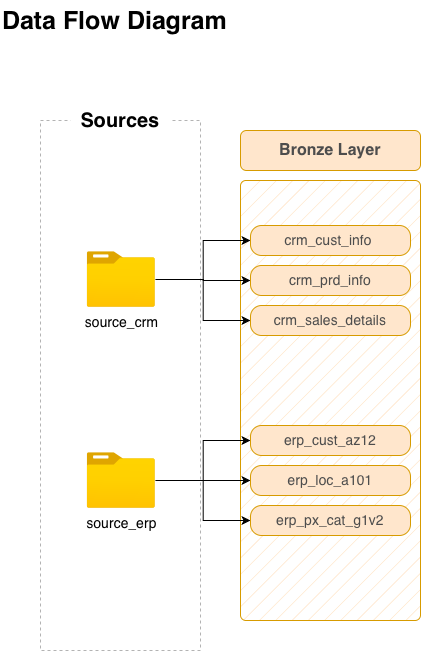
This is SQL-Data-Warehouse-Project/Diagrams/DataFlow/DFD.png from Darrriax/SQL-practice, a draw.io export, as it was before one commit. Source tidied: cells renumbered, new cells last; positions are measured from the earlier drawing's top-left corner, leaving out a move shared by most shapes.
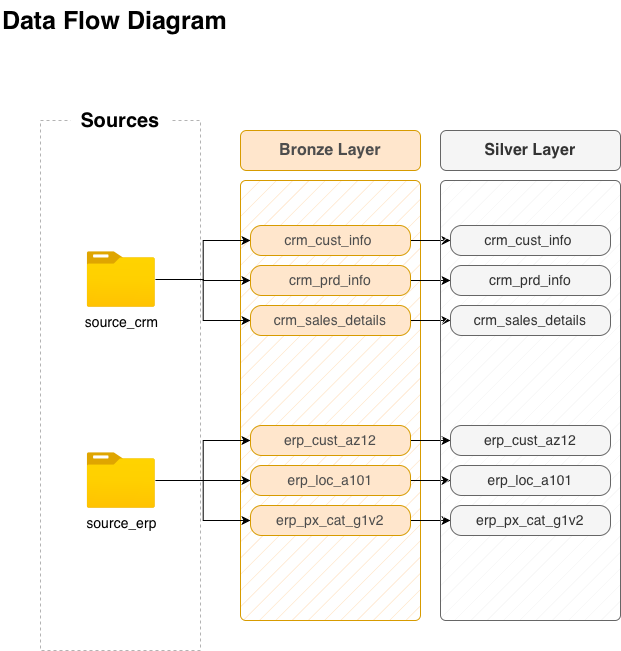
After the change.

Commit message:
Updated DataFlow diagram, Created DataIntegration diagram, Done Silver Layer

What changed in the source:
```diff
@@ -38,21 +38,39 @@
     <mxCell id="13" style="group;fillColor=#ffe6cc;strokeColor=#d79b00;fillStyle=hatch;perimeterSpacing=0;rounded=1;arcSize=3;" parent="1" vertex="1">
       <mxGeometry x="240" y="180" width="180" height="440" as="geometry" />
     </mxCell>
+    <mxCell id="26" style="edgeStyle=orthogonalEdgeStyle;rounded=0;jettySize=auto;html=1;entryX=0;entryY=0.5;entryDx=0;entryDy=0;" parent="1" edge="1" source="14" target="34">
+      <mxGeometry relative="1" as="geometry" />
+    </mxCell>
     <mxCell id="14" value="&lt;font style=&quot;font-size: 14px; font-weight: normal;&quot;&gt;crm_cust_info&amp;nbsp;&lt;/font&gt;" style="rounded=1;whiteSpace=wrap;html=1;fillColor=#ffe6cc;strokeColor=#d79b00;fontStyle=1;fontSize=16;fontColor=#4D4D4D;perimeterSpacing=0;arcSize=37;" parent="1" vertex="1">
       <mxGeometry x="250" y="225" width="160" height="30" as="geometry" />
     </mxCell>
+    <mxCell id="27" style="edgeStyle=orthogonalEdgeStyle;rounded=0;jettySize=auto;html=1;entryX=0;entryY=0.5;entryDx=0;entryDy=0;" parent="1" edge="1" source="15" target="35">
+      <mxGeometry relative="1" as="geometry" />
+    </mxCell>
     <mxCell id="15" value="&lt;span style=&quot;font-size: 14px; font-weight: 400;&quot;&gt;crm_prd_info&lt;/span&gt;" style="rounded=1;whiteSpace=wrap;html=1;fillColor=#ffe6cc;strokeColor=#d79b00;fontStyle=1;fontSize=16;fontColor=#4D4D4D;perimeterSpacing=0;arcSize=37;" parent="1" vertex="1">
       <mxGeometry x="250" y="265" width="160" height="30" as="geometry" />
     </mxCell>
+    <mxCell id="28" style="edgeStyle=orthogonalEdgeStyle;rounded=0;jettySize=auto;html=1;entryX=0;entryY=0.5;entryDx=0;entryDy=0;" parent="1" edge="1" source="16" target="36">
+      <mxGeometry relative="1" as="geometry" />
+    </mxCell>
     <mxCell id="16" value="&lt;span style=&quot;font-size: 14px; font-weight: 400;&quot;&gt;crm_sales_details&lt;/span&gt;" style="rounded=1;whiteSpace=wrap;html=1;fillColor=#ffe6cc;strokeColor=#d79b00;fontStyle=1;fontSize=16;fontColor=#4D4D4D;perimeterSpacing=0;arcSize=37;" parent="1" vertex="1">
       <mxGeometry x="250" y="305" width="160" height="30" as="geometry" />
     </mxCell>
+    <mxCell id="29" style="edgeStyle=orthogonalEdgeStyle;rounded=0;jettySize=auto;html=1;entryX=0;entryY=0.5;entryDx=0;entryDy=0;" parent="1" edge="1" source="17" target="37">
+      <mxGeometry relative="1" as="geometry" />
+    </mxCell>
     <mxCell id="17" value="&lt;span style=&quot;font-size: 14px; font-weight: 400;&quot;&gt;erp_cust_az12&lt;/span&gt;" style="rounded=1;whiteSpace=wrap;html=1;fillColor=#ffe6cc;strokeColor=#d79b00;fontStyle=1;fontSize=16;fontColor=#4D4D4D;perimeterSpacing=0;arcSize=37;" parent="1" vertex="1">
       <mxGeometry x="250" y="425" width="160" height="30" as="geometry" />
     </mxCell>
+    <mxCell id="30" style="edgeStyle=orthogonalEdgeStyle;rounded=0;jettySize=auto;html=1;entryX=0;entryY=0.5;entryDx=0;entryDy=0;" parent="1" edge="1" source="18" target="38">
+      <mxGeometry relative="1" as="geometry" />
+    </mxCell>
     <mxCell id="18" value="&lt;span style=&quot;font-size: 14px; font-weight: 400;&quot;&gt;erp_loc_a101&lt;/span&gt;" style="rounded=1;whiteSpace=wrap;html=1;fillColor=#ffe6cc;strokeColor=#d79b00;fontStyle=1;fontSize=16;fontColor=#4D4D4D;perimeterSpacing=0;arcSize=37;" parent="1" vertex="1">
       <mxGeometry x="250" y="465" width="160" height="30" as="geometry" />
     </mxCell>
+    <mxCell id="31" style="edgeStyle=orthogonalEdgeStyle;rounded=0;jettySize=auto;html=1;entryX=0;entryY=0.5;entryDx=0;entryDy=0;" parent="1" edge="1" source="19" target="39">
+      <mxGeometry relative="1" as="geometry" />
+    </mxCell>
     <mxCell id="19" value="&lt;span style=&quot;font-size: 14px; font-weight: 400;&quot;&gt;erp_px_cat_g1v2&lt;/span&gt;" style="rounded=1;whiteSpace=wrap;html=1;fillColor=#ffe6cc;strokeColor=#d79b00;fontStyle=1;fontSize=16;fontColor=#4D4D4D;perimeterSpacing=0;arcSize=37;" parent="1" vertex="1">
       <mxGeometry x="250" y="505" width="160" height="30" as="geometry" />
     </mxCell>
@@ -74,5 +92,29 @@
     <mxCell id="25" style="edgeStyle=orthogonalEdgeStyle;rounded=0;jettySize=auto;html=1;entryX=0;entryY=0.5;entryDx=0;entryDy=0;" parent="1" edge="1" source="10" target="19">
       <mxGeometry relative="1" as="geometry" />
     </mxCell>
+    <mxCell id="32" value="Silver Layer" style="rounded=1;whiteSpace=wrap;html=1;fillColor=#f5f5f5;strokeColor=#666666;fontStyle=1;fontSize=16;fontColor=#333333;perimeterSpacing=0;" parent="1" vertex="1">
+      <mxGeometry x="440" y="130" width="180" height="40" as="geometry" />
+    </mxCell>
+    <mxCell id="33" style="group;fillColor=#f5f5f5;strokeColor=#666666;fillStyle=hatch;perimeterSpacing=0;rounded=1;arcSize=3;fontColor=#333333;" parent="1" vertex="1">
+      <mxGeometry x="440" y="180" width="180" height="440" as="geometry" />
+    </mxCell>
+    <mxCell id="34" value="&lt;font style=&quot;font-size: 14px; font-weight: normal;&quot;&gt;crm_cust_info&amp;nbsp;&lt;/font&gt;" style="rounded=1;whiteSpace=wrap;html=1;fillColor=#f5f5f5;strokeColor=#666666;fontStyle=1;fontSize=16;fontColor=#333333;perimeterSpacing=0;arcSize=37;" parent="1" vertex="1">
+      <mxGeometry x="450" y="225" width="160" height="30" as="geometry" />
+    </mxCell>
+    <mxCell id="35" value="&lt;span style=&quot;font-size: 14px; font-weight: 400;&quot;&gt;crm_prd_info&lt;/span&gt;" style="rounded=1;whiteSpace=wrap;html=1;fillColor=#f5f5f5;strokeColor=#666666;fontStyle=1;fontSize=16;fontColor=#333333;perimeterSpacing=0;arcSize=37;" parent="1" vertex="1">
+      <mxGeometry x="450" y="265" width="160" height="30" as="geometry" />
+    </mxCell>
+    <mxCell id="36" value="&lt;span style=&quot;font-size: 14px; font-weight: 400;&quot;&gt;crm_sales_details&lt;/span&gt;" style="rounded=1;whiteSpace=wrap;html=1;fillColor=#f5f5f5;strokeColor=#666666;fontStyle=1;fontSize=16;fontColor=#333333;perimeterSpacing=0;arcSize=37;" parent="1" vertex="1">
+      <mxGeometry x="450" y="305" width="160" height="30" as="geometry" />
+    </mxCell>
+    <mxCell id="37" value="&lt;span style=&quot;font-size: 14px; font-weight: 400;&quot;&gt;erp_cust_az12&lt;/span&gt;" style="rounded=1;whiteSpace=wrap;html=1;fillColor=#f5f5f5;strokeColor=#666666;fontStyle=1;fontSize=16;fontColor=#333333;perimeterSpacing=0;arcSize=37;" parent="1" vertex="1">
+      <mxGeometry x="450" y="425" width="160" height="30" as="geometry" />
+    </mxCell>
+    <mxCell id="38" value="&lt;span style=&quot;font-size: 14px; font-weight: 400;&quot;&gt;erp_loc_a101&lt;/span&gt;" style="rounded=1;whiteSpace=wrap;html=1;fillColor=#f5f5f5;strokeColor=#666666;fontStyle=1;fontSize=16;fontColor=#333333;perimeterSpacing=0;arcSize=37;" parent="1" vertex="1">
+      <mxGeometry x="450" y="465" width="160" height="30" as="geometry" />
+    </mxCell>
+    <mxCell id="39" value="&lt;span style=&quot;font-size: 14px; font-weight: 400;&quot;&gt;erp_px_cat_g1v2&lt;/span&gt;" style="rounded=1;whiteSpace=wrap;html=1;fillColor=#f5f5f5;strokeColor=#666666;fontStyle=1;fontSize=16;fontColor=#333333;perimeterSpacing=0;arcSize=37;" parent="1" vertex="1">
+      <mxGeometry x="450" y="505" width="160" height="30" as="geometry" />
+    </mxCell>
   </root>
 </mxGraphModel>
```
